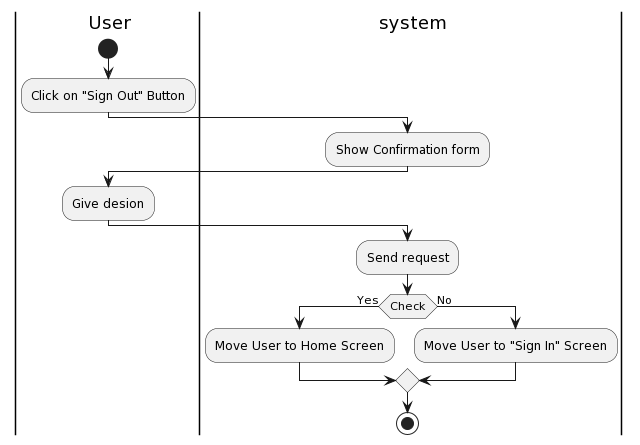
khoapham1003/SE357-Pratice-class keeps this PlantUML diagram as Lab1/Lab1.2/Activity Diagram/Authentication/SignOut/SignOut.png. Above is the earlier version. Its diagram source:
```plantuml
@startuml
|a| User
|sys| system
|a|
start
:Click on "Sign Out" Button;
|sys|
:Show Confirmation form;
|a|
:Give desion;
|sys|
:Send request;
if(Check) then (Yes)
:Move User to Home Screen;
else (No)
:Move User to "Sign In" Screen;
endif

stop
@enduml
```
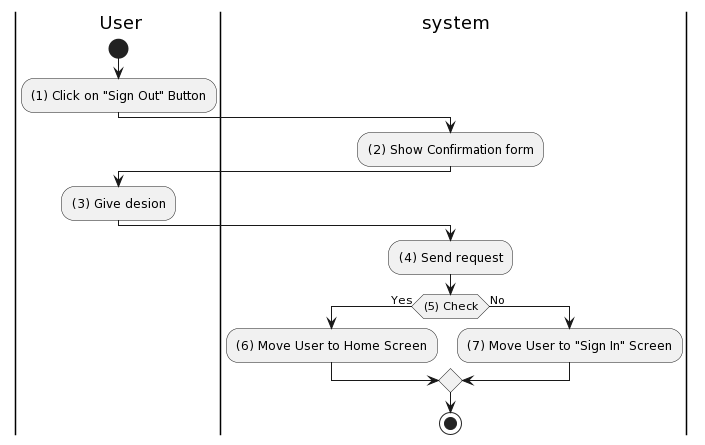
Above is the later version.

Change to the diagram source:
```diff
@@ -3,17 +3,17 @@
 |sys| system
 |a|
 start
-:Click on "Sign Out" Button;
+:(1) Click on "Sign Out" Button;
 |sys|
-:Show Confirmation form;
+:(2) Show Confirmation form;
 |a|
-:Give desion;
+:(3) Give desion;
 |sys|
-:Send request;
-if(Check) then (Yes)
-:Move User to Home Screen;
+:(4) Send request;
+if((5) Check) then (Yes)
+:(6) Move User to Home Screen;
 else (No)
-:Move User to "Sign In" Screen;
+:(7) Move User to "Sign In" Screen;
 endif
 
 stop
```
